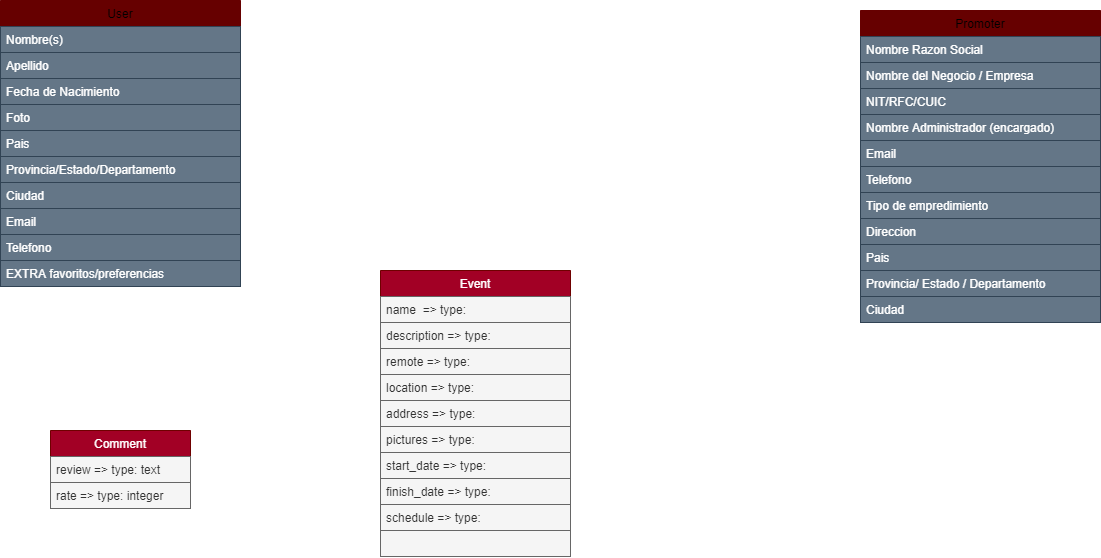
Earlier version of the draw.io export documentation/DB/models.drawio.png (GilDiego/eVent). Source tidied: cells renumbered, new cells last; positions are measured from the earlier drawing's top-left corner, leaving out a move shared by most shapes.
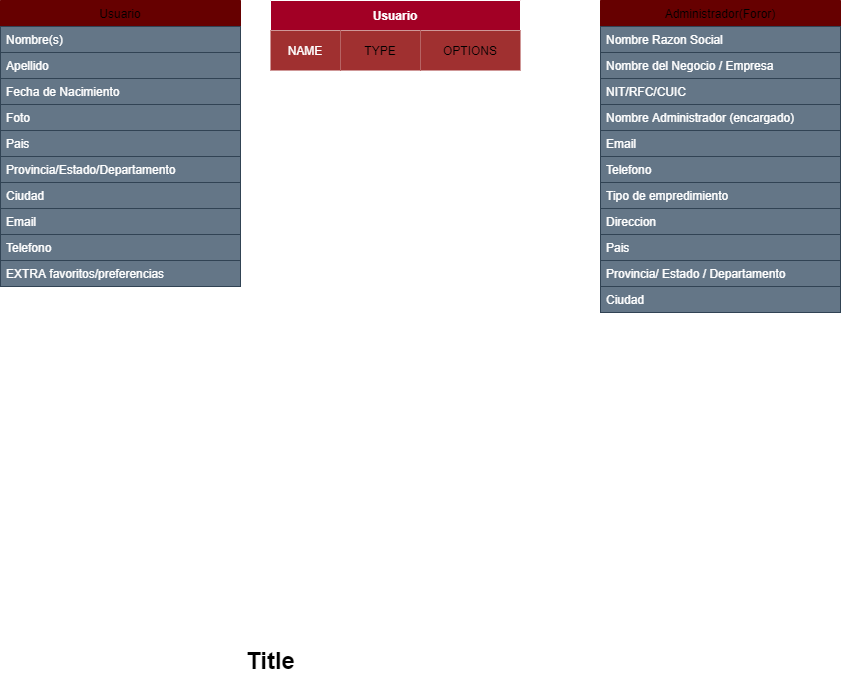
After the commit.

Change to the diagram source:
```diff
@@ -2,8 +2,8 @@
   <root>
     <mxCell id="0" />
     <mxCell id="1" parent="0" />
-    <mxCell id="2" value="User" style="swimlane;fontStyle=0;horizontal=1;startSize=26;strokeColor=#660000;fillColor=#660000;" parent="1" vertex="1">
-      <mxGeometry width="240" height="286" as="geometry" />
+    <mxCell id="2" value="Usuario" style="swimlane;fontStyle=0;horizontal=1;startSize=26;strokeColor=#660000;fillColor=#660000;" parent="1" vertex="1">
+      <mxGeometry x="-140" y="-60" width="240" height="286" as="geometry" />
     </mxCell>
     <mxCell id="3" value="Nombre(s)" style="text;align=left;verticalAlign=top;spacingLeft=4;spacingRight=4;overflow=hidden;labelBackgroundColor=none;fillColor=#647687;strokeColor=#314354;fontColor=#ffffff;" parent="2" vertex="1">
       <mxGeometry y="26" width="240" height="26" as="geometry" />
@@ -35,8 +35,8 @@
     <mxCell id="12" value="EXTRA favoritos/preferencias" style="text;align=left;verticalAlign=top;spacingLeft=4;spacingRight=4;overflow=hidden;labelBackgroundColor=none;fillColor=#647687;strokeColor=#314354;fontColor=#ffffff;" parent="2" vertex="1">
       <mxGeometry y="260" width="240" height="26" as="geometry" />
     </mxCell>
-    <mxCell id="13" value="Promoter" style="swimlane;fontStyle=0;horizontal=1;startSize=26;strokeColor=#660000;fillColor=#660000;" parent="1" vertex="1">
-      <mxGeometry x="860" y="10" width="240" height="312" as="geometry" />
+    <mxCell id="13" value="Administrador(Foror)" style="swimlane;fontStyle=0;horizontal=1;startSize=26;strokeColor=#660000;fillColor=#660000;" parent="1" vertex="1">
+      <mxGeometry x="460" y="-60" width="240" height="312" as="geometry" />
     </mxCell>
     <mxCell id="14" value="Nombre Razon Social" style="text;align=left;verticalAlign=top;spacingLeft=4;spacingRight=4;overflow=hidden;labelBackgroundColor=none;fillColor=#647687;strokeColor=#314354;fontColor=#ffffff;" parent="13" vertex="1">
       <mxGeometry y="26" width="240" height="26" as="geometry" />
@@ -71,47 +71,59 @@
     <mxCell id="24" value="Ciudad" style="text;align=left;verticalAlign=top;spacingLeft=4;spacingRight=4;overflow=hidden;labelBackgroundColor=none;fillColor=#647687;strokeColor=#314354;fontColor=#ffffff;" parent="13" vertex="1">
       <mxGeometry y="286" width="240" height="26" as="geometry" />
     </mxCell>
-    <mxCell id="25" value="Comment" style="swimlane;fontStyle=0;horizontal=1;startSize=26;fillColor=#a20025;strokeColor=#6F0000;fontColor=#ffffff;" parent="1" vertex="1">
-      <mxGeometry x="50" y="430" width="140" height="78" as="geometry" />
-    </mxCell>
-    <mxCell id="26" value="review =&gt; type: text" style="text;strokeColor=#666666;fillColor=#f5f5f5;align=left;verticalAlign=top;spacingLeft=4;spacingRight=4;overflow=hidden;fontColor=#333333;" parent="25" vertex="1">
-      <mxGeometry y="26" width="140" height="26" as="geometry" />
-    </mxCell>
-    <mxCell id="27" value="rate =&gt; type: integer" style="text;strokeColor=#666666;fillColor=#f5f5f5;align=left;verticalAlign=top;spacingLeft=4;spacingRight=4;overflow=hidden;fontColor=#333333;" parent="25" vertex="1">
-      <mxGeometry y="52" width="140" height="26" as="geometry" />
-    </mxCell>
-    <mxCell id="28" value="Event" style="swimlane;fontStyle=0;horizontal=1;startSize=26;fillColor=#a20025;strokeColor=#6F0000;fontColor=#ffffff;" parent="1" vertex="1">
-      <mxGeometry x="380" y="270" width="190" height="286" as="geometry" />
-    </mxCell>
-    <mxCell id="29" value="name  =&gt; type:" style="text;strokeColor=#666666;fillColor=#f5f5f5;align=left;verticalAlign=top;spacingLeft=4;spacingRight=4;overflow=hidden;fontColor=#333333;" parent="28" vertex="1">
-      <mxGeometry y="26" width="190" height="26" as="geometry" />
-    </mxCell>
-    <mxCell id="30" value="description =&gt; type:" style="text;strokeColor=#666666;fillColor=#f5f5f5;align=left;verticalAlign=top;spacingLeft=4;spacingRight=4;overflow=hidden;fontColor=#333333;" parent="28" vertex="1">
-      <mxGeometry y="52" width="190" height="26" as="geometry" />
-    </mxCell>
-    <mxCell id="31" value="remote =&gt; type:" style="text;strokeColor=#666666;fillColor=#f5f5f5;align=left;verticalAlign=top;spacingLeft=4;spacingRight=4;overflow=hidden;fontColor=#333333;" parent="28" vertex="1">
-      <mxGeometry y="78" width="190" height="26" as="geometry" />
-    </mxCell>
-    <mxCell id="32" value="location =&gt; type:" style="text;strokeColor=#666666;fillColor=#f5f5f5;align=left;verticalAlign=top;spacingLeft=4;spacingRight=4;overflow=hidden;fontColor=#333333;" parent="28" vertex="1">
-      <mxGeometry y="104" width="190" height="26" as="geometry" />
-    </mxCell>
-    <mxCell id="33" value="address =&gt; type:" style="text;strokeColor=#666666;fillColor=#f5f5f5;align=left;verticalAlign=top;spacingLeft=4;spacingRight=4;overflow=hidden;fontColor=#333333;" parent="28" vertex="1">
-      <mxGeometry y="130" width="190" height="26" as="geometry" />
-    </mxCell>
-    <mxCell id="34" value="pictures =&gt; type:" style="text;strokeColor=#666666;fillColor=#f5f5f5;align=left;verticalAlign=top;spacingLeft=4;spacingRight=4;overflow=hidden;fontColor=#333333;" parent="28" vertex="1">
-      <mxGeometry y="156" width="190" height="26" as="geometry" />
+    <mxCell id="34" value="Usuario" style="shape=table;startSize=30;fontStyle=1;align=center;fillColor=#a20025;fontColor=#ffffff;strokeColor=#FFFFFF;strokeWidth=1;perimeterSpacing=4;" parent="1" vertex="1">
+      <mxGeometry x="130" y="-60" width="250" height="190" as="geometry" />
     </mxCell>
-    <mxCell id="35" value="start_date =&gt; type:" style="text;strokeColor=#666666;fillColor=#f5f5f5;align=left;verticalAlign=top;spacingLeft=4;spacingRight=4;overflow=hidden;fontColor=#333333;" parent="28" vertex="1">
-      <mxGeometry y="182" width="190" height="26" as="geometry" />
+    <mxCell id="35" style="shape=partialRectangle;html=1;whiteSpace=wrap;fillColor=none;top=0;left=0;bottom=0;right=0;" parent="34" vertex="1">
+      <mxGeometry y="30" width="250" height="40" as="geometry" />
     </mxCell>
-    <mxCell id="36" value="finish_date =&gt; type:" style="text;strokeColor=#666666;fillColor=#f5f5f5;align=left;verticalAlign=top;spacingLeft=4;spacingRight=4;overflow=hidden;fontColor=#333333;" parent="28" vertex="1">
-      <mxGeometry y="208" width="190" height="26" as="geometry" />
+    <mxCell id="36" value="&lt;div style=&quot;text-align: left&quot;&gt;&lt;span&gt;&lt;font color=&quot;#ffffff&quot;&gt;NAME&lt;/font&gt;&lt;/span&gt;&lt;/div&gt;" style="shape=partialRectangle;html=1;whiteSpace=wrap;top=0;left=0;bottom=0;right=0;overflow=hidden;strokeColor=#ae4132;fillColor=#A03030;" parent="35" vertex="1">
+      <mxGeometry width="70" height="40" as="geometry" />
     </mxCell>
-    <mxCell id="37" value="schedule =&gt; type:" style="text;strokeColor=#666666;fillColor=#f5f5f5;align=left;verticalAlign=top;spacingLeft=4;spacingRight=4;overflow=hidden;fontColor=#333333;" parent="28" vertex="1">
-      <mxGeometry y="234" width="190" height="26" as="geometry" />
+    <mxCell id="37" value="TYPE" style="shape=partialRectangle;html=1;whiteSpace=wrap;top=0;left=0;bottom=0;right=0;overflow=hidden;strokeColor=#ae4132;fillColor=#A03030;" parent="35" vertex="1">
+      <mxGeometry x="70" width="80" height="40" as="geometry" />
     </mxCell>
-    <mxCell id="38" style="text;strokeColor=#666666;fillColor=#f5f5f5;align=left;verticalAlign=top;spacingLeft=4;spacingRight=4;overflow=hidden;fontColor=#333333;" parent="28" vertex="1">
-      <mxGeometry y="260" width="190" height="26" as="geometry" />
+    <mxCell id="38" value="OPTIONS" style="shape=partialRectangle;html=1;whiteSpace=wrap;top=0;left=0;bottom=0;right=0;overflow=hidden;strokeColor=#ae4132;fillColor=#A03030;" parent="35" vertex="1">
+      <mxGeometry x="150" width="100" height="40" as="geometry" />
     </mxCell>
+    <mxCell id="39" style="shape=partialRectangle;html=1;whiteSpace=wrap;fillColor=none;top=0;left=0;bottom=0;right=0;" parent="34" vertex="1">
+      <mxGeometry y="70" width="250" height="40" as="geometry" />
+    </mxCell>
+    <mxCell id="40" value="&lt;span style=&quot;color: rgb(255 , 255 , 255) ; text-align: left&quot;&gt;Nombre(s)&lt;/span&gt;" style="shape=partialRectangle;html=1;whiteSpace=wrap;fillColor=none;top=0;left=0;bottom=0;right=0;overflow=hidden;" parent="39" vertex="1">
+      <mxGeometry width="70" height="40" as="geometry" />
+    </mxCell>
+    <mxCell id="41" style="shape=partialRectangle;html=1;whiteSpace=wrap;fillColor=none;top=0;left=0;bottom=0;right=0;overflow=hidden;" parent="39" vertex="1">
+      <mxGeometry x="70" width="80" height="40" as="geometry" />
+    </mxCell>
+    <mxCell id="42" style="shape=partialRectangle;html=1;whiteSpace=wrap;fillColor=none;top=0;left=0;bottom=0;right=0;overflow=hidden;" parent="39" vertex="1">
+      <mxGeometry x="150" width="100" height="40" as="geometry" />
+    </mxCell>
+    <mxCell id="43" style="shape=partialRectangle;html=1;whiteSpace=wrap;fillColor=none;top=0;left=0;bottom=0;right=0;" parent="34" vertex="1">
+      <mxGeometry y="110" width="250" height="40" as="geometry" />
+    </mxCell>
+    <mxCell id="44" style="shape=partialRectangle;html=1;whiteSpace=wrap;fillColor=none;top=0;left=0;bottom=0;right=0;overflow=hidden;" parent="43" vertex="1">
+      <mxGeometry width="70" height="40" as="geometry" />
+    </mxCell>
+    <mxCell id="45" style="shape=partialRectangle;html=1;whiteSpace=wrap;fillColor=none;top=0;left=0;bottom=0;right=0;overflow=hidden;" parent="43" vertex="1">
+      <mxGeometry x="70" width="80" height="40" as="geometry" />
+    </mxCell>
+    <mxCell id="46" style="shape=partialRectangle;html=1;whiteSpace=wrap;fillColor=none;top=0;left=0;bottom=0;right=0;overflow=hidden;" parent="43" vertex="1">
+      <mxGeometry x="150" width="100" height="40" as="geometry" />
+    </mxCell>
+    <mxCell id="47" style="shape=partialRectangle;html=1;whiteSpace=wrap;fillColor=none;top=0;left=0;bottom=0;right=0;" parent="34" vertex="1">
+      <mxGeometry y="150" width="250" height="40" as="geometry" />
+    </mxCell>
+    <mxCell id="48" style="shape=partialRectangle;html=1;whiteSpace=wrap;fillColor=none;top=0;left=0;bottom=0;right=0;overflow=hidden;" parent="47" vertex="1">
+      <mxGeometry width="70" height="40" as="geometry" />
+    </mxCell>
+    <mxCell id="49" style="shape=partialRectangle;html=1;whiteSpace=wrap;fillColor=none;top=0;left=0;bottom=0;right=0;overflow=hidden;" parent="47" vertex="1">
+      <mxGeometry x="70" width="80" height="40" as="geometry" />
+    </mxCell>
+    <mxCell id="50" style="shape=partialRectangle;html=1;whiteSpace=wrap;fillColor=none;top=0;left=0;bottom=0;right=0;overflow=hidden;" parent="47" vertex="1">
+      <mxGeometry x="150" width="100" height="40" as="geometry" />
+    </mxCell>
+    <mxCell id="51" value="Title" style="text;strokeColor=none;fillColor=none;html=1;fontSize=24;fontStyle=1;verticalAlign=middle;align=center;" parent="1" vertex="1">
+      <mxGeometry x="80" y="580" width="100" height="40" as="geometry" />
+    </mxCell>
   </root>
 </mxGraphModel>
```
